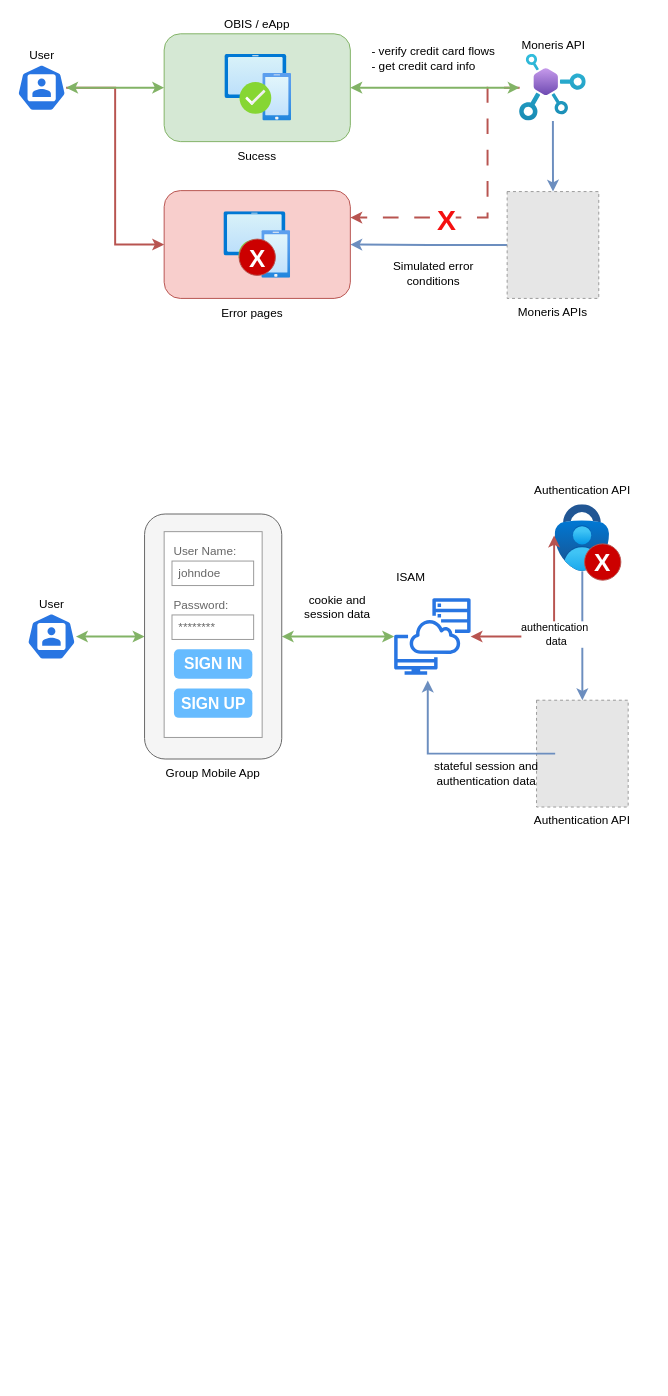
Earlier version of the draw.io diagram use cases.drawio (gtrofimov/draw-io-projects). Source tidied: cells renumbered, new cells numbered last; positions are measured from the earlier drawing's top-left corner, leaving out a move shared by most shapes. Both pictures are drawn from the tidied source at 98%, with x=0, y=0 at pixel (17, 33). Pictures stored in the file or linked from it are replaced by grey dashed boxes.
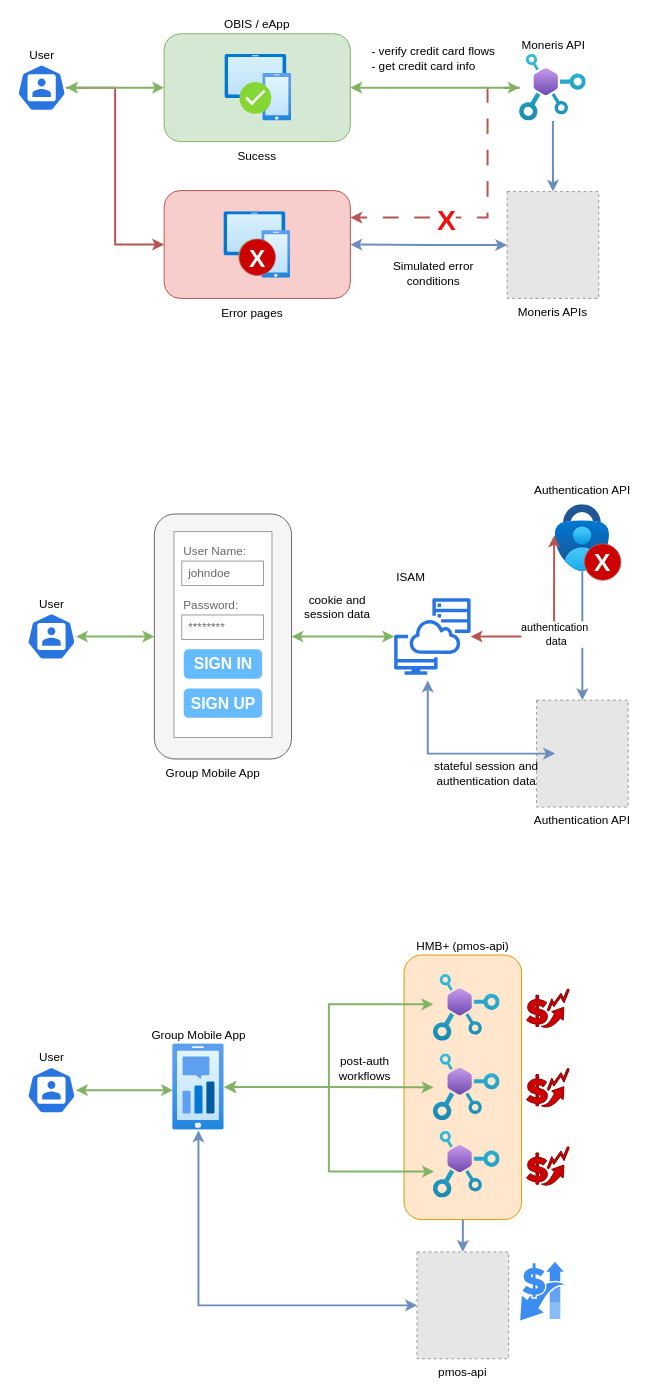
The same diagram, later.

Unchanged cells that the change refers to:
```xml
<mxCell id="7" value="Moneris APIs" style="fillColor=#E6E6E6;strokeColor=#999999;dashed=1;verticalLabelPosition=bottom;verticalAlign=top;" parent="1" vertex="1">
  <mxGeometry x="500" y="161" width="93.5" height="109" as="geometry" />
</mxCell>
<mxCell id="17" style="rounded=1;whiteSpace=wrap;html=1;fillColor=#f8cecc;strokeColor=#b85450;" parent="16" vertex="1">
  <mxGeometry width="190" height="110" as="geometry" />
</mxCell>
```

The edit, as a diff of the source:
```diff
@@
+    <mxCell id="51" style="edgeStyle=orthogonalEdgeStyle;rounded=0;jettySize=auto;html=1;entryX=0.5;entryY=0;entryDx=0;entryDy=0;fillColor=#dae8fc;strokeColor=#6c8ebf;strokeWidth=2;" parent="1" edge="1" source="52" target="61">
+      <mxGeometry relative="1" as="geometry" />
+    </mxCell>
+    <mxCell id="52" value="HMB+ (pmos-api&lt;span style=&quot;background-color: initial;&quot;&gt;)&lt;/span&gt;" style="rounded=1;whiteSpace=wrap;html=1;fillColor=#ffe6cc;strokeColor=#d79b00;labelPosition=center;verticalLabelPosition=top;align=center;verticalAlign=bottom;" parent="1" vertex="1">
+      <mxGeometry x="394.8" y="940" width="120" height="270" as="geometry" />
+    </mxCell>
@@
-    <mxCell id="6" style="edgeStyle=orthogonalEdgeStyle;rounded=0;jettySize=auto;html=1;entryX=1;entryY=0.5;entryDx=0;entryDy=0;strokeWidth=2;fillColor=#dae8fc;strokeColor=#6c8ebf;" parent="1" edge="1" source="7" target="17">
+    <mxCell id="6" style="edgeStyle=orthogonalEdgeStyle;rounded=0;jettySize=auto;html=1;entryX=1;entryY=0.5;entryDx=0;entryDy=0;strokeWidth=2;fillColor=#dae8fc;strokeColor=#6c8ebf;startArrow=classic;startFill=1;" parent="1" edge="1" source="7" target="17">
       <mxGeometry relative="1" as="geometry" />
     </mxCell>
@@
     <mxCell id="34" style="group;" parent="1" vertex="1">
-      <mxGeometry x="130" y="490" width="140" height="250" as="geometry" />
+      <mxGeometry x="140" y="490" width="140" height="250" as="geometry" />
     </mxCell>
@@
-    <mxCell id="45" style="edgeStyle=orthogonalEdgeStyle;rounded=0;orthogonalLoop=1;jettySize=auto;html=1;fillColor=#dae8fc;strokeColor=#6c8ebf;strokeWidth=2;exitX=0;exitY=0.5;exitDx=0;exitDy=0;" parent="1" edge="1">
+    <mxCell id="45" style="edgeStyle=orthogonalEdgeStyle;rounded=0;orthogonalLoop=1;jettySize=auto;html=1;fillColor=#dae8fc;strokeColor=#6c8ebf;strokeWidth=2;exitX=0;exitY=0.5;exitDx=0;exitDy=0;startArrow=classic;startFill=1;" parent="1" edge="1">
       <mxGeometry relative="1" as="geometry">
         <mxPoint x="549" y="734.5" as="sourcePoint" />
         <mxPoint x="419" y="660" as="targetPoint" />
         <Array as="points">
           <mxPoint x="419" y="735" />
         </Array>
       </mxGeometry>
     </mxCell>
@@
+    <mxCell id="53" style="edgeStyle=orthogonalEdgeStyle;rounded=0;jettySize=auto;html=1;entryX=0.006;entryY=0.537;entryDx=0;entryDy=0;startArrow=classic;startFill=1;fillColor=#d5e8d4;strokeColor=#82b366;strokeWidth=2;entryPerimeter=0;" parent="1" edge="1" source="54" target="56">
+      <mxGeometry relative="1" as="geometry" />
+    </mxCell>
+    <mxCell id="54" value="User" style="sketch=0;html=1;dashed=0;whitespace=wrap;verticalLabelPosition=top;verticalAlign=bottom;fillColor=#2875E2;strokeColor=#ffffff;points=[[0.005,0.63,0],[0.1,0.2,0],[0.9,0.2,0],[0.5,0,0],[0.995,0.63,0],[0.72,0.99,0],[0.5,1,0],[0.28,0.99,0]];shape=mxgraph.kubernetes.icon2;prIcon=user;labelPosition=center;align=center;" parent="1" vertex="1">
+      <mxGeometry x="10" y="1054" width="50" height="48" as="geometry" />
+    </mxCell>
+    <mxCell id="55" style="group;strokeWidth=1;" parent="1" vertex="1">
+      <mxGeometry x="60" y="1002" width="250" height="150" as="geometry" />
+    </mxCell>
+    <mxCell id="56" value="Group Mobile App" style="image;html=1;points=[];align=center;fontSize=12;image=img/lib/azure2/general/Mobile_Engagement.svg;labelPosition=center;verticalLabelPosition=top;verticalAlign=bottom;" parent="55" vertex="1">
+      <mxGeometry x="98.7" y="28.6" width="52.6" height="88.2" as="geometry" />
+    </mxCell>
+    <mxCell id="57" style="image;html=1;points=[];align=center;fontSize=12;image=img/lib/azure2/web/API_Center.svg;labelPosition=center;verticalLabelPosition=top;verticalAlign=bottom;fillColor=#ffe6cc;strokeColor=#d79b00;" parent="1" vertex="1">
+      <mxGeometry x="424.8" y="960" width="68" height="68" as="geometry" />
+    </mxCell>
+    <mxCell id="58" style="image;html=1;points=[];align=center;fontSize=12;image=img/lib/azure2/web/API_Center.svg;labelPosition=center;verticalLabelPosition=top;verticalAlign=bottom;fillColor=#ffe6cc;strokeColor=#d79b00;" parent="1" vertex="1">
+      <mxGeometry x="424.8" y="1041" width="68" height="68" as="geometry" />
+    </mxCell>
+    <mxCell id="59" style="image;html=1;points=[];align=center;fontSize=12;image=img/lib/azure2/web/API_Center.svg;labelPosition=center;verticalLabelPosition=top;verticalAlign=bottom;fillColor=#ffe6cc;strokeColor=#d79b00;" parent="1" vertex="1">
+      <mxGeometry x="424.8" y="1120" width="68" height="68" as="geometry" />
+    </mxCell>
+    <mxCell id="60" style="edgeStyle=orthogonalEdgeStyle;rounded=0;jettySize=auto;html=1;fillColor=#dae8fc;strokeColor=#6c8ebf;strokeWidth=2;entryX=0.5;entryY=1.002;entryDx=0;entryDy=0;entryPerimeter=0;startArrow=classic;startFill=1;" parent="1" edge="1" source="61" target="56">
+      <mxGeometry relative="1" as="geometry" />
+    </mxCell>
+    <mxCell id="61" value="pmos-api" style="fillColor=#E6E6E6;strokeColor=#999999;dashed=1;verticalLabelPosition=bottom;verticalAlign=top;" parent="1" vertex="1">
+      <mxGeometry x="408" y="1243" width="93.5" height="109" as="geometry" />
+    </mxCell>
+    <mxCell id="62" style="edgeStyle=orthogonalEdgeStyle;rounded=0;jettySize=auto;html=1;startArrow=classic;startFill=1;fillColor=#d5e8d4;strokeColor=#82b366;strokeWidth=2;" parent="1" edge="1" source="56" target="58">
+      <mxGeometry relative="1" as="geometry" />
+    </mxCell>
+    <mxCell id="63" style="edgeStyle=orthogonalEdgeStyle;rounded=0;jettySize=auto;html=1;entryX=0.008;entryY=0.603;entryDx=0;entryDy=0;entryPerimeter=0;startArrow=classic;startFill=1;fillColor=#d5e8d4;strokeColor=#82b366;strokeWidth=2;" parent="1" edge="1" source="56" target="59">
+      <mxGeometry relative="1" as="geometry" />
+    </mxCell>
+    <mxCell id="64" style="edgeStyle=orthogonalEdgeStyle;rounded=0;jettySize=auto;html=1;entryX=-0.002;entryY=0.446;entryDx=0;entryDy=0;entryPerimeter=0;startArrow=classic;startFill=1;fillColor=#d5e8d4;strokeColor=#82b366;strokeWidth=2;" parent="1" edge="1" source="56" target="57">
+      <mxGeometry relative="1" as="geometry" />
+    </mxCell>
+    <mxCell id="65" style="sketch=0;html=1;strokeColor=#7e0101;shadow=0;fillColor=#cc0000;verticalAlign=top;labelPosition=center;verticalLabelPosition=bottom;shape=mxgraph.gcp2.increase_cost_arrows;" parent="1" vertex="1">
+      <mxGeometry x="519.8" y="1055.5" width="43.5" height="40" as="geometry" />
+    </mxCell>
+    <mxCell id="66" style="sketch=0;html=1;strokeColor=#7e0101;shadow=0;fillColor=#cc0000;verticalAlign=top;labelPosition=center;verticalLabelPosition=bottom;shape=mxgraph.gcp2.increase_cost_arrows;" parent="1" vertex="1">
+      <mxGeometry x="519.8" y="974.5" width="43.5" height="40" as="geometry" />
+    </mxCell>
+    <mxCell id="67" style="sketch=0;html=1;strokeColor=#7e0101;shadow=0;fillColor=#cc0000;verticalAlign=top;labelPosition=center;verticalLabelPosition=bottom;shape=mxgraph.gcp2.increase_cost_arrows;" parent="1" vertex="1">
+      <mxGeometry x="519.8" y="1135.5" width="43.5" height="40" as="geometry" />
+    </mxCell>
+    <mxCell id="68" style="sketch=0;html=1;strokeColor=none;shadow=0;fillColor=#3B8DF1;verticalAlign=top;labelPosition=center;verticalLabelPosition=bottom;shape=mxgraph.gcp2.cost_arrows;" parent="1" vertex="1">
+      <mxGeometry x="513.3" y="1253" width="45.6" height="60" as="geometry" />
+    </mxCell>
+    <mxCell id="69" value="post-auth workflows" style="text;html=1;align=center;verticalAlign=middle;whiteSpace=wrap;rounded=0;" parent="1" vertex="1">
+      <mxGeometry x="310" y="1041" width="90" height="30" as="geometry" />
+    </mxCell>
```
